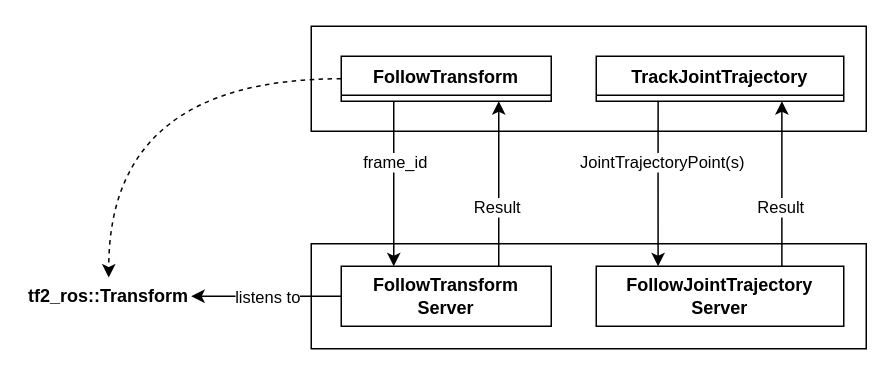
Before: page "FollowTransform Client" (2 of 4) of doc/ClassDiagrams.drawio in Woolfrey/client_serial_link, a draw.io diagram. Source tidied: cells renumbered, new cells numbered last; positions are measured from the earlier drawing's top-left corner, leaving out a move shared by most shapes. Both pictures are drawn from the tidied source at 150%, with x=0, y=0 at pixel (26, 26).
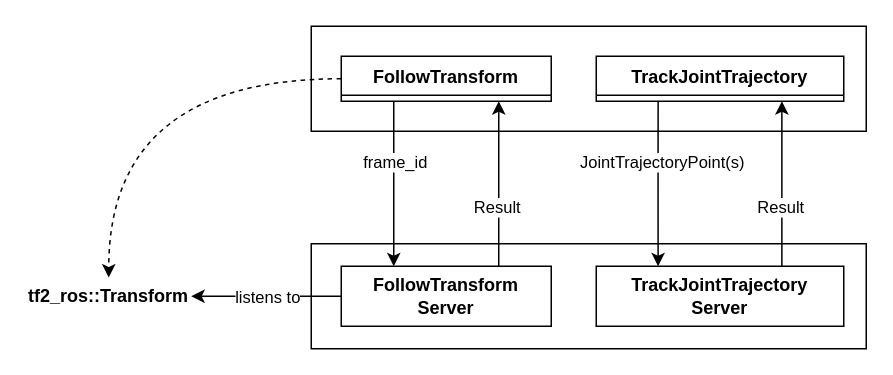
Above is the later version.

Change to the diagram source:
```diff
@@
-    <mxCell id="18" value="FollowJointTrajectory&lt;br&gt;Server" style="rounded=0;whiteSpace=wrap;html=1;fontStyle=1;" parent="1" vertex="1">
+    <mxCell id="18" value="TrackJointTrajectory&lt;br&gt;Server" style="rounded=0;whiteSpace=wrap;html=1;fontStyle=1;" parent="1" vertex="1">
       <mxGeometry x="380" y="160" width="165" height="40" as="geometry" />
     </mxCell>
```
